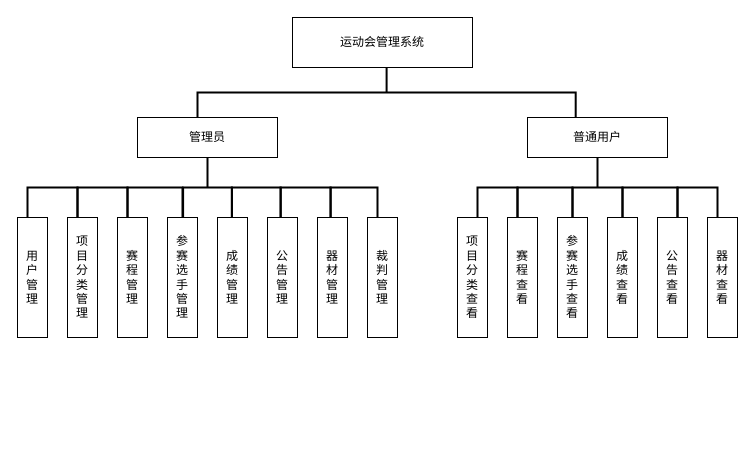
Above: Untitled Diagram.drawio in narciso0504/jiangshijia (draw.io), before the change. Source tidied: cells renumbered, new cells numbered last; positions are measured from the earlier drawing's top-left corner, leaving out a move shared by most shapes. Both pictures are drawn from the tidied source at 100%, with x=0, y=0 at pixel (17, 17).
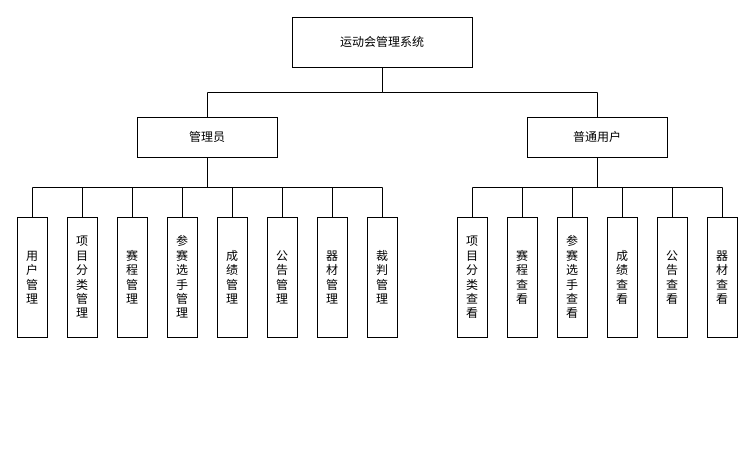
The same page after the edit.

Unchanged cells that the change refers to:
```xml
<mxCell id="2" value="运动会管理系统" style="rounded=0;whiteSpace=wrap;html=1;direction=west;align=center;horizontal=1;verticalAlign=middle;shadow=0;gradientDirection=north;glass=0;sketch=0;" parent="1" vertex="1">
  <mxGeometry x="275" width="180" height="50" as="geometry" />
</mxCell>
<mxCell id="3" value="管理员" style="rounded=0;whiteSpace=wrap;html=1;shadow=0;glass=0;sketch=0;gradientColor=none;align=center;" parent="1" vertex="1">
  <mxGeometry x="120" y="100" width="140" height="40" as="geometry" />
</mxCell>
<mxCell id="4" value="普通用户" style="rounded=0;whiteSpace=wrap;html=1;shadow=0;glass=0;sketch=0;gradientColor=none;align=center;" parent="1" vertex="1">
  <mxGeometry x="510" y="100" width="140" height="40" as="geometry" />
</mxCell>
<mxCell id="6" value="&lt;div&gt;项&lt;/div&gt;&lt;div&gt;目&lt;/div&gt;&lt;div&gt;分&lt;/div&gt;&lt;div&gt;类&lt;/div&gt;&lt;div&gt;管&lt;/div&gt;&lt;div&gt;理&lt;/div&gt;" style="rounded=0;whiteSpace=wrap;html=1;shadow=0;glass=0;sketch=0;gradientColor=none;align=center;direction=south;" parent="1" vertex="1">
  <mxGeometry x="50" y="200" width="30" height="120" as="geometry" />
</mxCell>
<mxCell id="7" value="&lt;div&gt;用&lt;/div&gt;&lt;div&gt;户&lt;/div&gt;&lt;div&gt;管&lt;/div&gt;&lt;div&gt;理&lt;/div&gt;" style="rounded=0;whiteSpace=wrap;html=1;shadow=0;glass=0;sketch=0;gradientColor=none;align=center;direction=south;" parent="1" vertex="1">
  <mxGeometry y="200" width="30" height="120" as="geometry" />
</mxCell>
<mxCell id="8" value="&lt;div&gt;赛&lt;/div&gt;&lt;div&gt;程&lt;/div&gt;&lt;div&gt;管&lt;/div&gt;&lt;div&gt;理&lt;/div&gt;" style="whiteSpace=wrap;html=1;rounded=0;shadow=0;glass=0;sketch=0;gradientColor=none;align=center;direction=south;" parent="1" vertex="1">
  <mxGeometry x="100" y="200" width="30" height="120" as="geometry" />
</mxCell>
<mxCell id="9" value="&lt;div&gt;参&lt;/div&gt;&lt;div&gt;赛&lt;/div&gt;&lt;div&gt;选&lt;/div&gt;&lt;div&gt;手&lt;/div&gt;&lt;div&gt;管&lt;/div&gt;&lt;div&gt;理&lt;/div&gt;" style="whiteSpace=wrap;html=1;rounded=0;shadow=0;glass=0;sketch=0;gradientColor=none;align=center;direction=south;" parent="1" vertex="1">
  <mxGeometry x="150" y="200" width="30" height="120" as="geometry" />
</mxCell>
<mxCell id="10" value="&lt;div&gt;成&lt;/div&gt;&lt;div&gt;绩&lt;/div&gt;&lt;div&gt;管&lt;/div&gt;&lt;div&gt;理&lt;/div&gt;" style="whiteSpace=wrap;html=1;rounded=0;shadow=0;glass=0;sketch=0;gradientColor=none;align=center;direction=south;" parent="1" vertex="1">
  <mxGeometry x="200" y="200" width="30" height="120" as="geometry" />
</mxCell>
<mxCell id="11" value="&lt;div&gt;公&lt;/div&gt;&lt;div&gt;告&lt;/div&gt;&lt;div&gt;管&lt;/div&gt;&lt;div&gt;理&lt;/div&gt;" style="whiteSpace=wrap;html=1;rounded=0;shadow=0;glass=0;sketch=0;gradientColor=none;align=center;direction=south;" parent="1" vertex="1">
  <mxGeometry x="250" y="200" width="30" height="120" as="geometry" />
</mxCell>
<mxCell id="12" value="&lt;div&gt;器&lt;/div&gt;&lt;div&gt;材&lt;/div&gt;&lt;div&gt;管&lt;/div&gt;&lt;div&gt;理&lt;/div&gt;" style="whiteSpace=wrap;html=1;rounded=0;shadow=0;glass=0;sketch=0;gradientColor=none;align=center;direction=south;" parent="1" vertex="1">
  <mxGeometry x="300" y="200" width="30" height="120" as="geometry" />
</mxCell>
<mxCell id="13" value="&lt;div&gt;项&lt;/div&gt;&lt;div&gt;目&lt;/div&gt;&lt;div&gt;分&lt;/div&gt;&lt;div&gt;类&lt;/div&gt;&lt;div&gt;查&lt;/div&gt;&lt;div&gt;看&lt;br&gt;&lt;/div&gt;" style="whiteSpace=wrap;html=1;rounded=0;shadow=0;glass=0;sketch=0;gradientColor=none;align=center;direction=south;" parent="1" vertex="1">
  <mxGeometry x="440" y="200" width="30" height="120" as="geometry" />
</mxCell>
<mxCell id="14" value="&lt;div&gt;赛&lt;/div&gt;&lt;div&gt;程&lt;/div&gt;&lt;div&gt;查&lt;/div&gt;&lt;div&gt;看&lt;br&gt;&lt;/div&gt;" style="whiteSpace=wrap;html=1;rounded=0;shadow=0;glass=0;sketch=0;gradientColor=none;align=center;direction=south;" parent="1" vertex="1">
  <mxGeometry x="490" y="200" width="30" height="120" as="geometry" />
</mxCell>
<mxCell id="15" value="&lt;div&gt;成&lt;/div&gt;&lt;div&gt;绩&lt;/div&gt;&lt;div&gt;查&lt;/div&gt;&lt;div&gt;看&lt;br&gt;&lt;/div&gt;" style="whiteSpace=wrap;html=1;rounded=0;shadow=0;glass=0;sketch=0;gradientColor=none;align=center;direction=south;" parent="1" vertex="1">
  <mxGeometry x="590" y="200" width="30" height="120" as="geometry" />
</mxCell>
<mxCell id="16" value="&lt;div&gt;参&lt;/div&gt;&lt;div&gt;赛&lt;/div&gt;&lt;div&gt;选&lt;/div&gt;&lt;div&gt;手&lt;/div&gt;&lt;div&gt;查&lt;/div&gt;&lt;div&gt;看&lt;br&gt;&lt;/div&gt;" style="whiteSpace=wrap;html=1;rounded=0;shadow=0;glass=0;sketch=0;gradientColor=none;align=center;direction=south;" parent="1" vertex="1">
  <mxGeometry x="540" y="200" width="30" height="120" as="geometry" />
</mxCell>
<mxCell id="17" value="&lt;div&gt;公&lt;/div&gt;&lt;div&gt;告&lt;/div&gt;&lt;div&gt;查&lt;/div&gt;&lt;div&gt;看&lt;br&gt;&lt;/div&gt;" style="whiteSpace=wrap;html=1;rounded=0;shadow=0;glass=0;sketch=0;gradientColor=none;align=center;direction=south;" parent="1" vertex="1">
  <mxGeometry x="640" y="200" width="30" height="120" as="geometry" />
</mxCell>
<mxCell id="18" value="&lt;div&gt;器&lt;/div&gt;&lt;div&gt;材&lt;/div&gt;&lt;div&gt;查&lt;/div&gt;&lt;div&gt;看&lt;br&gt;&lt;/div&gt;" style="whiteSpace=wrap;html=1;rounded=0;shadow=0;glass=0;sketch=0;gradientColor=none;align=center;direction=south;" parent="1" vertex="1">
  <mxGeometry x="690" y="200" width="30" height="120" as="geometry" />
</mxCell>
<mxCell id="19" value="&lt;div&gt;裁&lt;/div&gt;&lt;div&gt;判&lt;/div&gt;&lt;div&gt;管&lt;/div&gt;&lt;div&gt;理&lt;br&gt;&lt;/div&gt;" style="whiteSpace=wrap;html=1;rounded=0;shadow=0;glass=0;sketch=0;gradientColor=none;align=center;direction=south;" parent="1" vertex="1">
  <mxGeometry x="350" y="200" width="30" height="120" as="geometry" />
</mxCell>
```

Change to the diagram source:
```diff
@@
+    <mxCell id="33" style="edgeStyle=orthogonalEdgeStyle;rounded=0;jettySize=auto;html=1;exitX=0.5;exitY=0;exitDx=0;exitDy=0;entryX=0.5;entryY=0;entryDx=0;entryDy=0;endArrow=none;endFill=0;" parent="1" edge="1" source="2" target="3">
+      <mxGeometry relative="1" as="geometry">
+        <Array as="points">
+          <mxPoint x="365" y="75" />
+          <mxPoint x="190" y="75" />
+        </Array>
+      </mxGeometry>
+    </mxCell>
+    <mxCell id="34" style="edgeStyle=orthogonalEdgeStyle;rounded=0;jettySize=auto;html=1;exitX=0.5;exitY=0;exitDx=0;exitDy=0;entryX=0.5;entryY=0;entryDx=0;entryDy=0;endArrow=none;endFill=0;" parent="1" edge="1" source="2" target="4">
+      <mxGeometry relative="1" as="geometry" />
+    </mxCell>
@@
+    <mxCell id="35" style="edgeStyle=orthogonalEdgeStyle;rounded=0;jettySize=auto;html=1;exitX=0.5;exitY=1;exitDx=0;exitDy=0;entryX=0;entryY=0.5;entryDx=0;entryDy=0;endArrow=none;endFill=0;" parent="1" edge="1" source="3" target="9">
+      <mxGeometry relative="1" as="geometry" />
+    </mxCell>
+    <mxCell id="36" style="edgeStyle=orthogonalEdgeStyle;rounded=0;jettySize=auto;html=1;exitX=0.5;exitY=1;exitDx=0;exitDy=0;entryX=0;entryY=0.5;entryDx=0;entryDy=0;endArrow=none;endFill=0;" parent="1" edge="1" source="3" target="10">
+      <mxGeometry relative="1" as="geometry" />
+    </mxCell>
+    <mxCell id="37" style="edgeStyle=orthogonalEdgeStyle;rounded=0;jettySize=auto;html=1;exitX=0.5;exitY=1;exitDx=0;exitDy=0;entryX=0;entryY=0.5;entryDx=0;entryDy=0;endArrow=none;endFill=0;" parent="1" edge="1" source="3" target="11">
+      <mxGeometry relative="1" as="geometry" />
+    </mxCell>
+    <mxCell id="38" style="edgeStyle=orthogonalEdgeStyle;rounded=0;jettySize=auto;html=1;exitX=0.5;exitY=1;exitDx=0;exitDy=0;entryX=0;entryY=0.5;entryDx=0;entryDy=0;endArrow=none;endFill=0;" parent="1" edge="1" source="3" target="12">
+      <mxGeometry relative="1" as="geometry" />
+    </mxCell>
+    <mxCell id="39" style="edgeStyle=orthogonalEdgeStyle;rounded=0;jettySize=auto;html=1;exitX=0.5;exitY=1;exitDx=0;exitDy=0;endArrow=none;endFill=0;" parent="1" edge="1" source="3" target="19">
+      <mxGeometry relative="1" as="geometry" />
+    </mxCell>
+    <mxCell id="40" style="edgeStyle=orthogonalEdgeStyle;rounded=0;jettySize=auto;html=1;exitX=0.5;exitY=1;exitDx=0;exitDy=0;entryX=0;entryY=0.5;entryDx=0;entryDy=0;endArrow=none;endFill=0;" parent="1" edge="1" source="3" target="8">
+      <mxGeometry relative="1" as="geometry" />
+    </mxCell>
+    <mxCell id="41" style="edgeStyle=orthogonalEdgeStyle;rounded=0;jettySize=auto;html=1;exitX=0.5;exitY=1;exitDx=0;exitDy=0;entryX=0;entryY=0.5;entryDx=0;entryDy=0;endArrow=none;endFill=0;" parent="1" edge="1" source="3" target="6">
+      <mxGeometry relative="1" as="geometry" />
+    </mxCell>
+    <mxCell id="42" style="edgeStyle=orthogonalEdgeStyle;rounded=0;jettySize=auto;html=1;exitX=0.5;exitY=1;exitDx=0;exitDy=0;endArrow=none;endFill=0;" parent="1" edge="1" source="3" target="7">
+      <mxGeometry relative="1" as="geometry" />
+    </mxCell>
@@
+    <mxCell id="43" style="edgeStyle=orthogonalEdgeStyle;rounded=0;jettySize=auto;html=1;exitX=0.5;exitY=1;exitDx=0;exitDy=0;entryX=0;entryY=0.5;entryDx=0;entryDy=0;endArrow=none;endFill=0;" parent="1" edge="1" source="4" target="16">
+      <mxGeometry relative="1" as="geometry" />
+    </mxCell>
+    <mxCell id="44" style="edgeStyle=orthogonalEdgeStyle;rounded=0;jettySize=auto;html=1;exitX=0.5;exitY=1;exitDx=0;exitDy=0;entryX=0;entryY=0.5;entryDx=0;entryDy=0;endArrow=none;endFill=0;" parent="1" edge="1" source="4" target="15">
+      <mxGeometry relative="1" as="geometry" />
+    </mxCell>
+    <mxCell id="45" style="edgeStyle=orthogonalEdgeStyle;rounded=0;jettySize=auto;html=1;exitX=0.5;exitY=1;exitDx=0;exitDy=0;entryX=0;entryY=0.5;entryDx=0;entryDy=0;endArrow=none;endFill=0;" parent="1" edge="1" source="4" target="17">
+      <mxGeometry relative="1" as="geometry" />
+    </mxCell>
+    <mxCell id="46" style="edgeStyle=orthogonalEdgeStyle;rounded=0;jettySize=auto;html=1;exitX=0.5;exitY=1;exitDx=0;exitDy=0;endArrow=none;endFill=0;" parent="1" edge="1" source="4" target="18">
+      <mxGeometry relative="1" as="geometry" />
+    </mxCell>
+    <mxCell id="47" style="edgeStyle=orthogonalEdgeStyle;rounded=0;jettySize=auto;html=1;exitX=0.5;exitY=1;exitDx=0;exitDy=0;entryX=0;entryY=0.5;entryDx=0;entryDy=0;endArrow=none;endFill=0;" parent="1" edge="1" source="4" target="14">
+      <mxGeometry relative="1" as="geometry" />
+    </mxCell>
+    <mxCell id="48" style="edgeStyle=orthogonalEdgeStyle;rounded=0;jettySize=auto;html=1;exitX=0.5;exitY=1;exitDx=0;exitDy=0;entryX=0;entryY=0.5;entryDx=0;entryDy=0;endArrow=none;endFill=0;" parent="1" edge="1" source="4" target="13">
+      <mxGeometry relative="1" as="geometry" />
+    </mxCell>
@@
-    <mxCell id="20" style="strokeWidth=2;html=1;shape=mxgraph.flowchart.annotation_2;align=left;labelPosition=right;direction=south;" parent="1" vertex="1">
-      <mxGeometry x="180" y="50" width="378.2" height="50" as="geometry" />
-    </mxCell>
-    <mxCell id="21" style="strokeWidth=2;html=1;shape=mxgraph.flowchart.annotation_2;align=left;labelPosition=right;direction=south;" parent="1" vertex="1">
-      <mxGeometry x="165.6" y="140" width="48.8" height="60" as="geometry" />
-    </mxCell>
-    <mxCell id="22" style="strokeWidth=2;html=1;shape=mxgraph.flowchart.annotation_1;align=left;direction=south;" parent="1" vertex="1">
-      <mxGeometry x="214.4" y="170" width="48.8" height="30" as="geometry" />
-    </mxCell>
-    <mxCell id="23" style="strokeWidth=2;html=1;shape=mxgraph.flowchart.annotation_1;align=left;direction=south;" parent="1" vertex="1">
-      <mxGeometry x="263.1" y="170" width="50" height="30" as="geometry" />
-    </mxCell>
-    <mxCell id="24" style="strokeWidth=2;html=1;shape=mxgraph.flowchart.annotation_1;align=left;direction=south;" parent="1" vertex="1">
-      <mxGeometry x="313.1" y="170" width="46.9" height="30" as="geometry" />
-    </mxCell>
-    <mxCell id="25" style="strokeWidth=2;html=1;shape=mxgraph.flowchart.annotation_1;align=left;direction=south;" parent="1" vertex="1">
-      <mxGeometry x="110" y="170" width="55" height="30" as="geometry" />
-    </mxCell>
-    <mxCell id="26" style="strokeWidth=2;html=1;shape=mxgraph.flowchart.annotation_1;align=left;direction=south;" parent="1" vertex="1">
-      <mxGeometry x="60" y="170" width="50" height="30" as="geometry" />
-    </mxCell>
-    <mxCell id="27" style="strokeWidth=2;html=1;shape=mxgraph.flowchart.annotation_1;align=left;direction=south;" parent="1" vertex="1">
-      <mxGeometry x="10" y="170" width="50" height="30" as="geometry" />
-    </mxCell>
-    <mxCell id="28" style="strokeWidth=2;html=1;shape=mxgraph.flowchart.annotation_2;align=left;labelPosition=right;direction=south;" parent="1" vertex="1">
-      <mxGeometry x="555" y="140" width="50" height="60" as="geometry" />
-    </mxCell>
-    <mxCell id="29" style="strokeWidth=2;html=1;shape=mxgraph.flowchart.annotation_1;align=left;direction=south;" parent="1" vertex="1">
-      <mxGeometry x="500" y="170" width="55" height="30" as="geometry" />
-    </mxCell>
-    <mxCell id="30" style="strokeWidth=2;html=1;shape=mxgraph.flowchart.annotation_1;align=left;direction=south;" parent="1" vertex="1">
-      <mxGeometry x="460" y="170" width="40" height="30" as="geometry" />
-    </mxCell>
-    <mxCell id="31" style="strokeWidth=2;html=1;shape=mxgraph.flowchart.annotation_1;align=left;direction=south;" parent="1" vertex="1">
-      <mxGeometry x="605" y="170" width="55" height="30" as="geometry" />
-    </mxCell>
-    <mxCell id="32" style="strokeWidth=2;html=1;shape=mxgraph.flowchart.annotation_1;align=left;direction=south;" parent="1" vertex="1">
-      <mxGeometry x="660" y="170" width="40" height="30" as="geometry" />
-    </mxCell>
```
